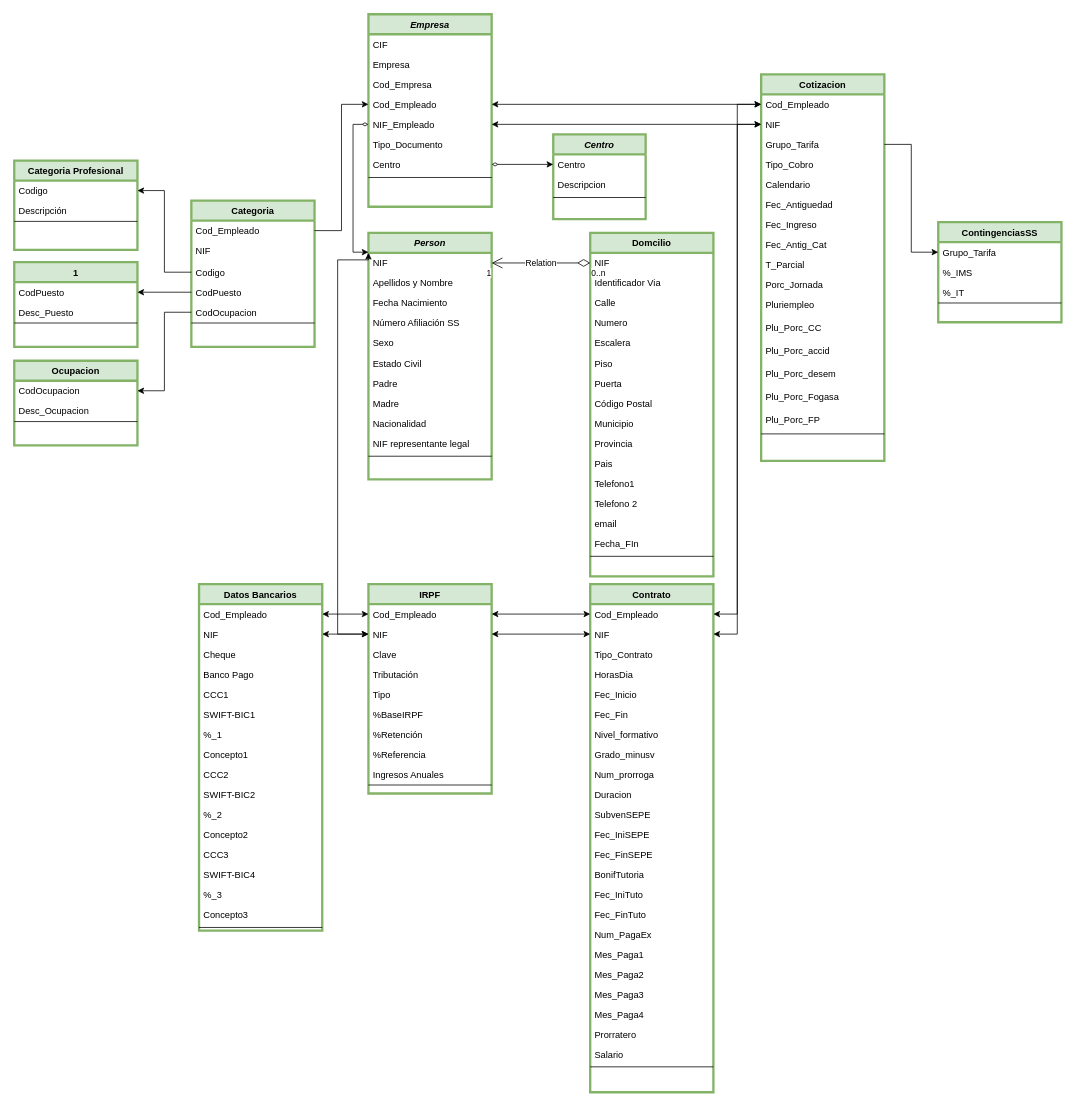
Earlier version of the draw.io diagram A3.drawio (Als001/Als001). Source tidied: cells renumbered, new cells numbered last; positions are measured from the earlier drawing's top-left corner, leaving out a move shared by most shapes. Both pictures are drawn from the tidied source at 77%, with x=0, y=0 at pixel (14, 14).
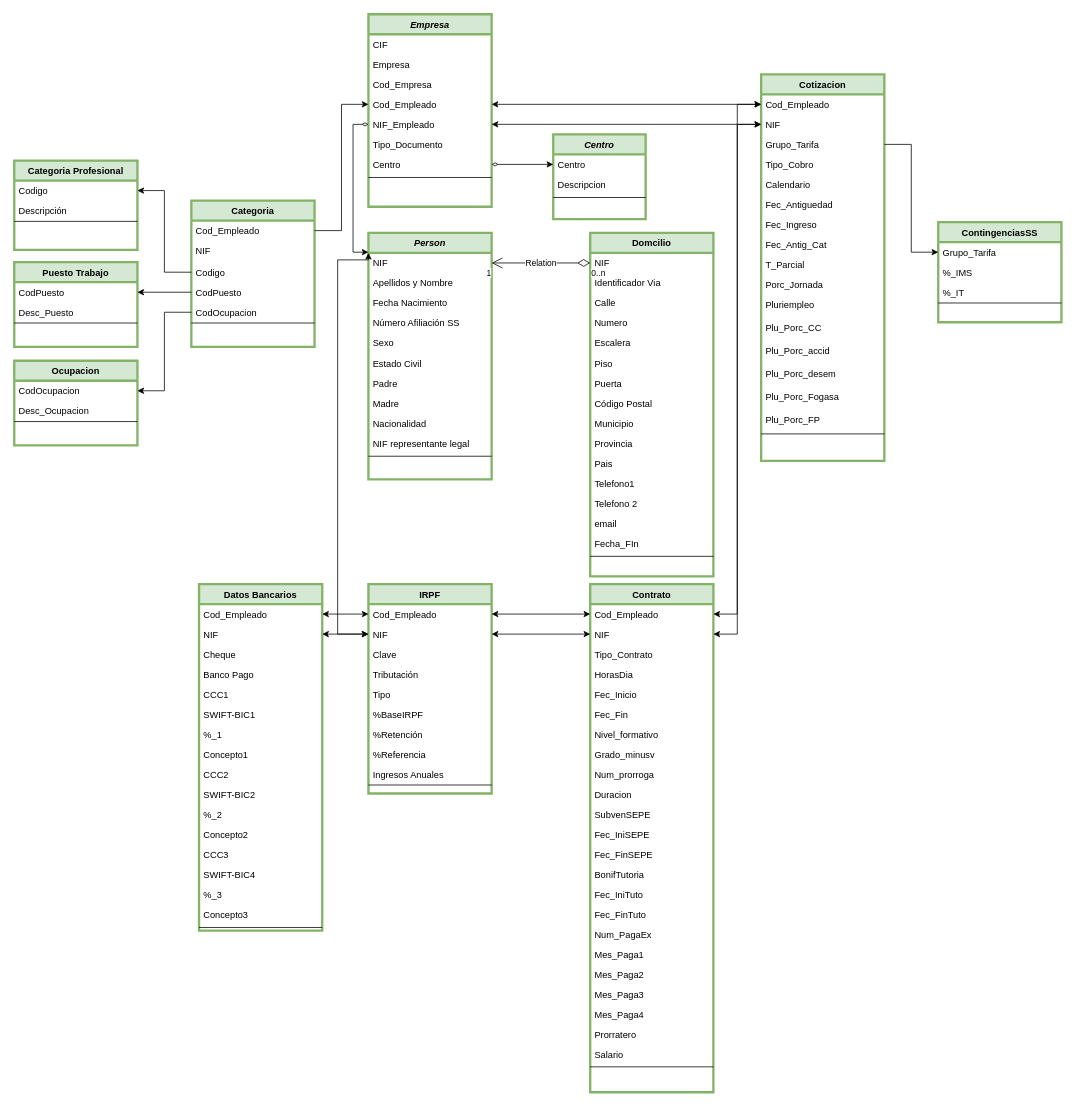
The same page after the edit.

What changed in the source:
```diff
@@
-    <mxCell id="94" value="1" style="swimlane;fontStyle=1;align=center;verticalAlign=top;horizontal=1;startSize=26;rounded=0;shadow=0;strokeWidth=3;fillColor=#d5e8d4;strokeColor=#82b366;" parent="1" vertex="1">
+    <mxCell id="94" value="Puesto Trabajo" style="swimlane;fontStyle=1;align=center;verticalAlign=top;horizontal=1;startSize=26;rounded=0;shadow=0;strokeWidth=3;fillColor=#d5e8d4;strokeColor=#82b366;" parent="1" vertex="1">
       <mxGeometry y="322" width="160" height="110" as="geometry" />
     </mxCell>
```
